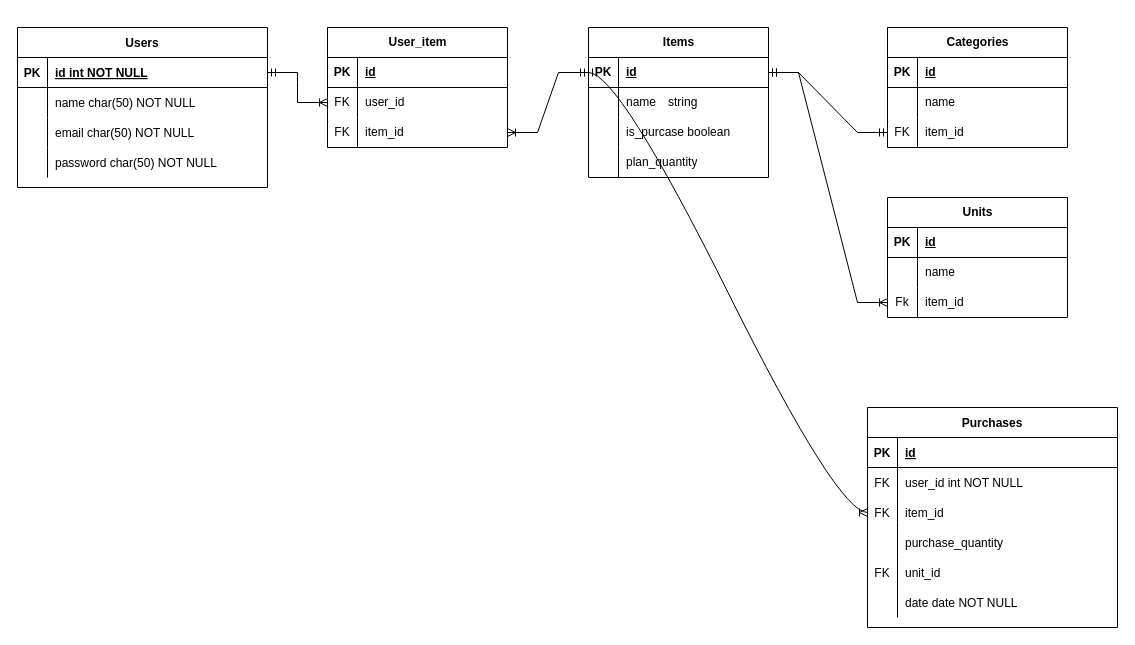
Earlier version of the draw.io diagram ER図.drawio (hideyukihu/kiraku). Source tidied: cells renumbered, new cells numbered last; positions are measured from the earlier drawing's top-left corner, leaving out a move shared by most shapes. Both pictures are drawn from the tidied source at 100%, with x=0, y=0 at pixel (17, 27).
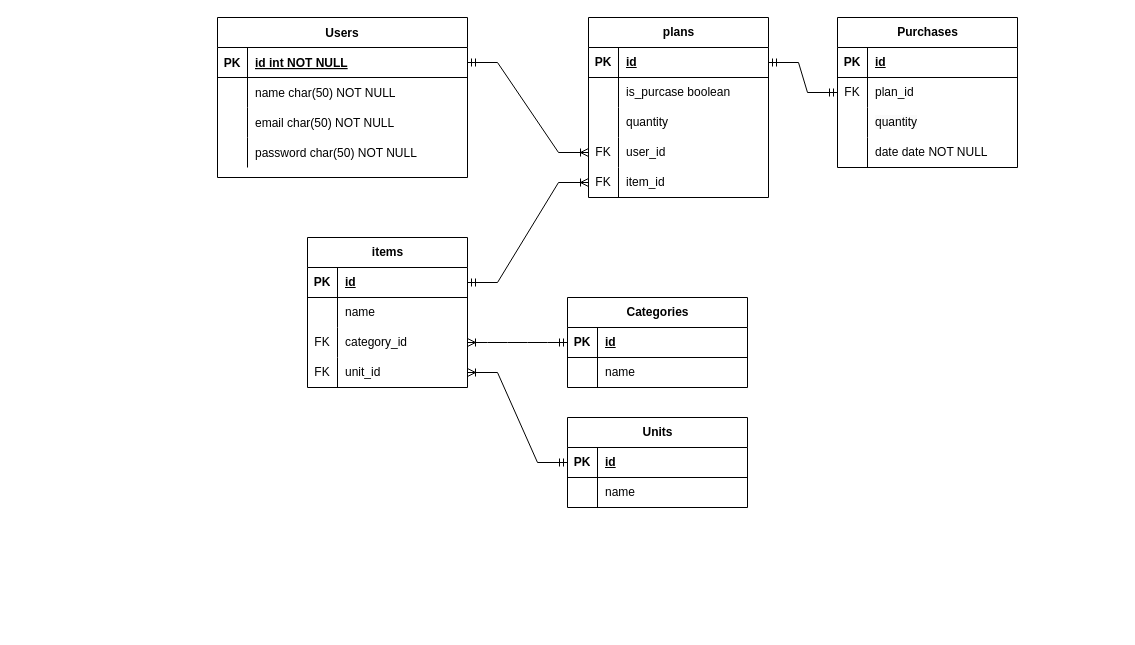
After the change.

The change refers to these unchanged cells:
```xml
<mxCell id="22" style="shape=partialRectangle;fillColor=none;points=[[0,0.5],[1,0.5]];portConstraint=eastwest;top=0;left=0;right=0;bottom=1;" parent="21" vertex="1">
  <mxGeometry y="30" width="250" height="30" as="geometry" />
</mxCell>
<mxCell id="35" style="shape=tableRow;horizontal=0;startSize=0;swimlaneHead=0;swimlaneBody=0;fillColor=none;points=[[0,0.5],[1,0.5]];portConstraint=eastwest;top=0;left=0;right=0;bottom=1;" parent="34" vertex="1">
  <mxGeometry y="30" width="180" height="30" as="geometry" />
</mxCell>
<mxCell id="48" style="shape=tableRow;horizontal=0;startSize=0;swimlaneHead=0;swimlaneBody=0;fillColor=none;points=[[0,0.5],[1,0.5]];portConstraint=eastwest;top=0;left=0;right=0;bottom=1;" parent="47" vertex="1">
  <mxGeometry y="30" width="180" height="30" as="geometry" />
</mxCell>
<mxCell id="58" style="shape=tableRow;horizontal=0;startSize=0;swimlaneHead=0;swimlaneBody=0;fillColor=none;points=[[0,0.5],[1,0.5]];portConstraint=eastwest;top=0;left=0;right=0;bottom=1;" parent="57" vertex="1">
  <mxGeometry y="30" width="180" height="30" as="geometry" />
</mxCell>
```

Diff of the diagram source:
```diff
@@
-    <mxCell id="2" value="Purchases" style="shape=table;startSize=30;childLayout=tableLayout;rowLines=0;fontStyle=1;align=center;" parent="1" vertex="1">
-      <mxGeometry x="850" y="380" width="250" height="220" as="geometry" />
-    </mxCell>
-    <mxCell id="3" style="shape=partialRectangle;fillColor=none;top=0;left=0;right=0;bottom=1;" parent="2" vertex="1">
-      <mxGeometry y="30" width="250" height="30" as="geometry" />
-    </mxCell>
-    <mxCell id="4" value="PK" style="shape=partialRectangle;overflow=hidden;fillColor=none;top=0;left=0;bottom=0;right=0;fontStyle=1;" parent="3" vertex="1">
-      <mxGeometry width="30" height="30" as="geometry" />
-    </mxCell>
-    <mxCell id="5" value="id" style="shape=partialRectangle;overflow=hidden;fillColor=none;top=0;left=0;bottom=0;right=0;align=left;spacingLeft=6;fontStyle=5;" parent="3" vertex="1">
-      <mxGeometry x="30" width="220" height="30" as="geometry" />
-    </mxCell>
-    <mxCell id="6" style="shape=partialRectangle;fillColor=none;top=0;left=0;right=0;bottom=0;" parent="2" vertex="1">
-      <mxGeometry y="60" width="250" height="30" as="geometry" />
-    </mxCell>
-    <mxCell id="7" value="FK" style="shape=partialRectangle;overflow=hidden;fillColor=none;top=0;left=0;bottom=0;right=0;" parent="6" vertex="1">
-      <mxGeometry width="30" height="30" as="geometry" />
-    </mxCell>
-    <mxCell id="8" value="user_id int NOT NULL" style="shape=partialRectangle;overflow=hidden;fillColor=none;top=0;left=0;bottom=0;right=0;align=left;spacingLeft=6;" parent="6" vertex="1">
-      <mxGeometry x="30" width="220" height="30" as="geometry" />
-    </mxCell>
-    <mxCell id="9" style="shape=partialRectangle;fillColor=none;points=[[0,0.5],[1,0.5]];portConstraint=eastwest;top=0;left=0;right=0;bottom=0;" parent="2" vertex="1">
-      <mxGeometry y="90" width="250" height="30" as="geometry" />
-    </mxCell>
-    <mxCell id="10" value="FK" style="shape=partialRectangle;overflow=hidden;fillColor=none;top=0;left=0;bottom=0;right=0;" parent="9" vertex="1">
-      <mxGeometry width="30" height="30" as="geometry" />
-    </mxCell>
-    <mxCell id="11" value="item_id" style="shape=partialRectangle;overflow=hidden;fillColor=none;top=0;left=0;bottom=0;right=0;align=left;spacingLeft=6;" parent="9" vertex="1">
-      <mxGeometry x="30" width="220" height="30" as="geometry" />
-    </mxCell>
-    <mxCell id="12" style="shape=partialRectangle;fillColor=none;top=0;left=0;right=0;bottom=0;" parent="2" vertex="1">
-      <mxGeometry y="120" width="250" height="30" as="geometry" />
-    </mxCell>
-    <mxCell id="13" style="shape=partialRectangle;overflow=hidden;fillColor=none;top=0;left=0;bottom=0;right=0;" parent="12" vertex="1">
-      <mxGeometry width="30" height="30" as="geometry" />
-    </mxCell>
-    <mxCell id="14" value="purchase_quantity" style="shape=partialRectangle;overflow=hidden;fillColor=none;top=0;left=0;bottom=0;right=0;align=left;spacingLeft=6;" parent="12" vertex="1">
-      <mxGeometry x="30" width="220" height="30" as="geometry" />
-    </mxCell>
-    <mxCell id="15" style="shape=partialRectangle;fillColor=none;top=0;left=0;right=0;bottom=0;" parent="2" vertex="1">
-      <mxGeometry y="150" width="250" height="30" as="geometry" />
-    </mxCell>
-    <mxCell id="16" value="FK" style="shape=partialRectangle;overflow=hidden;fillColor=none;top=0;left=0;bottom=0;right=0;" parent="15" vertex="1">
-      <mxGeometry width="30" height="30" as="geometry" />
-    </mxCell>
-    <mxCell id="17" value="unit_id" style="shape=partialRectangle;overflow=hidden;fillColor=none;top=0;left=0;bottom=0;right=0;align=left;spacingLeft=6;" parent="15" vertex="1">
-      <mxGeometry x="30" width="220" height="30" as="geometry" />
-    </mxCell>
-    <mxCell id="18" style="shape=partialRectangle;fillColor=none;top=0;left=0;right=0;bottom=0;" parent="2" vertex="1">
-      <mxGeometry y="180" width="250" height="30" as="geometry" />
-    </mxCell>
-    <mxCell id="19" style="shape=partialRectangle;overflow=hidden;fillColor=none;top=0;left=0;bottom=0;right=0;" parent="18" vertex="1">
-      <mxGeometry width="30" height="30" as="geometry" />
-    </mxCell>
-    <mxCell id="20" value="date date NOT NULL" style="shape=partialRectangle;overflow=hidden;fillColor=none;top=0;left=0;bottom=0;right=0;align=left;spacingLeft=6;" parent="18" vertex="1">
-      <mxGeometry x="30" width="220" height="30" as="geometry" />
-    </mxCell>
     <mxCell id="21" value="Users" style="shape=table;startSize=30;childLayout=tableLayout;rowLines=0;fontStyle=1;align=center;" parent="1" vertex="1">
-      <mxGeometry width="250" height="160" as="geometry" />
+      <mxGeometry x="200" y="-10" width="250" height="160" as="geometry" />
     </mxCell>
@@
-    <mxCell id="34" value="Items" style="shape=table;startSize=30;childLayout=tableLayout;rowLines=0;fontStyle=1;align=center;html=1;" parent="1" vertex="1">
-      <mxGeometry x="571" width="180" height="150" as="geometry" />
+    <mxCell id="34" value="plans" style="shape=table;startSize=30;childLayout=tableLayout;rowLines=0;fontStyle=1;align=center;html=1;" parent="1" vertex="1">
+      <mxGeometry x="571" y="-10" width="180" height="180" as="geometry" />
     </mxCell>
@@
-    <mxCell id="38" style="shape=tableRow;horizontal=0;startSize=0;swimlaneHead=0;swimlaneBody=0;fillColor=none;points=[[0,0.5],[1,0.5]];portConstraint=eastwest;top=0;left=0;right=0;bottom=0;" parent="34" vertex="1">
-      <mxGeometry y="60" width="180" height="30" as="geometry" />
-    </mxCell>
-    <mxCell id="39" style="shape=partialRectangle;fillColor=none;top=0;left=0;bottom=0;right=0;overflow=hidden;whiteSpace=wrap;html=1;" parent="38" vertex="1">
-      <mxGeometry width="30" height="30" as="geometry" />
-    </mxCell>
-    <mxCell id="40" value="name　string" style="shape=partialRectangle;fillColor=none;top=0;left=0;bottom=0;right=0;align=left;spacingLeft=6;overflow=hidden;whiteSpace=wrap;html=1;" parent="38" vertex="1">
-      <mxGeometry x="30" width="150" height="30" as="geometry" />
-    </mxCell>
     <mxCell id="41" style="shape=tableRow;horizontal=0;startSize=0;swimlaneHead=0;swimlaneBody=0;fillColor=none;top=0;left=0;right=0;bottom=0;" parent="34" vertex="1">
-      <mxGeometry y="90" width="180" height="30" as="geometry" />
+      <mxGeometry y="60" width="180" height="30" as="geometry" />
     </mxCell>
@@
     <mxCell id="44" style="shape=tableRow;horizontal=0;startSize=0;swimlaneHead=0;swimlaneBody=0;fillColor=none;top=0;left=0;right=0;bottom=0;" parent="34" vertex="1">
-      <mxGeometry y="120" width="180" height="30" as="geometry" />
+      <mxGeometry y="90" width="180" height="30" as="geometry" />
     </mxCell>
@@
-    <mxCell id="46" value="plan_quantity" style="shape=partialRectangle;fillColor=none;top=0;left=0;bottom=0;right=0;align=left;spacingLeft=6;overflow=hidden;whiteSpace=wrap;html=1;" parent="44" vertex="1">
+    <mxCell id="46" value="quantity" style="shape=partialRectangle;fillColor=none;top=0;left=0;bottom=0;right=0;align=left;spacingLeft=6;overflow=hidden;whiteSpace=wrap;html=1;" parent="44" vertex="1">
       <mxGeometry x="30" width="150" height="30" as="geometry" />
     </mxCell>
+    <mxCell id="82" style="shape=tableRow;horizontal=0;startSize=0;swimlaneHead=0;swimlaneBody=0;fillColor=none;points=[[0,0.5],[1,0.5]];portConstraint=eastwest;top=0;left=0;right=0;bottom=0;" parent="34" vertex="1">
+      <mxGeometry y="120" width="180" height="30" as="geometry" />
+    </mxCell>
+    <mxCell id="83" value="FK" style="shape=partialRectangle;fillColor=none;top=0;left=0;bottom=0;right=0;overflow=hidden;whiteSpace=wrap;html=1;" parent="82" vertex="1">
+      <mxGeometry width="30" height="30" as="geometry" />
+    </mxCell>
+    <mxCell id="75" value="user_id" style="shape=partialRectangle;fillColor=none;top=0;left=0;bottom=0;right=0;align=left;spacingLeft=6;overflow=hidden;whiteSpace=wrap;html=1;" parent="82" vertex="1">
+      <mxGeometry x="30" width="150" height="30" as="geometry" />
+    </mxCell>
+    <mxCell id="38" style="shape=tableRow;horizontal=0;startSize=0;swimlaneHead=0;swimlaneBody=0;fillColor=none;points=[[0,0.5],[1,0.5]];portConstraint=eastwest;top=0;left=0;right=0;bottom=0;" parent="34" vertex="1">
+      <mxGeometry y="150" width="180" height="30" as="geometry" />
+    </mxCell>
+    <mxCell id="39" value="FK" style="shape=partialRectangle;fillColor=none;top=0;left=0;bottom=0;right=0;overflow=hidden;whiteSpace=wrap;html=1;" parent="38" vertex="1">
+      <mxGeometry width="30" height="30" as="geometry" />
+    </mxCell>
+    <mxCell id="40" value="item_id" style="shape=partialRectangle;fillColor=none;top=0;left=0;bottom=0;right=0;align=left;spacingLeft=6;overflow=hidden;whiteSpace=wrap;html=1;" parent="38" vertex="1">
+      <mxGeometry x="30" width="150" height="30" as="geometry" />
+    </mxCell>
     <mxCell id="47" value="Units" style="shape=table;startSize=30;childLayout=tableLayout;rowLines=0;fontStyle=1;align=center;html=1;" parent="1" vertex="1">
-      <mxGeometry x="870" y="170" width="180" height="120" as="geometry" />
+      <mxGeometry x="550" y="390" width="180" height="90" as="geometry" />
     </mxCell>
@@
-    <mxCell id="54" style="shape=tableRow;horizontal=0;startSize=0;swimlaneHead=0;swimlaneBody=0;fillColor=none;points=[[0,0.5],[1,0.5]];portConstraint=eastwest;top=0;left=0;right=0;bottom=0;" parent="47" vertex="1">
-      <mxGeometry y="90" width="180" height="30" as="geometry" />
-    </mxCell>
-    <mxCell id="55" value="Fk" style="shape=partialRectangle;fillColor=none;top=0;left=0;bottom=0;right=0;overflow=hidden;whiteSpace=wrap;html=1;" parent="54" vertex="1">
-      <mxGeometry width="30" height="30" as="geometry" />
-    </mxCell>
-    <mxCell id="56" value="item_id" style="shape=partialRectangle;fillColor=none;top=0;left=0;bottom=0;right=0;align=left;spacingLeft=6;overflow=hidden;whiteSpace=wrap;html=1;" parent="54" vertex="1">
-      <mxGeometry x="30" width="150" height="30" as="geometry" />
-    </mxCell>
     <mxCell id="57" value="Categories" style="shape=table;startSize=30;childLayout=tableLayout;rowLines=0;fontStyle=1;align=center;html=1;" parent="1" vertex="1">
-      <mxGeometry x="870" width="180" height="120" as="geometry" />
+      <mxGeometry x="550" y="270" width="180" height="90" as="geometry" />
     </mxCell>
@@
-    <mxCell id="64" style="shape=tableRow;horizontal=0;startSize=0;swimlaneHead=0;swimlaneBody=0;fillColor=none;points=[[0,0.5],[1,0.5]];portConstraint=eastwest;top=0;left=0;right=0;bottom=0;" parent="57" vertex="1">
-      <mxGeometry y="90" width="180" height="30" as="geometry" />
-    </mxCell>
-    <mxCell id="65" value="FK" style="shape=partialRectangle;fillColor=none;top=0;left=0;bottom=0;right=0;overflow=hidden;whiteSpace=wrap;html=1;" parent="64" vertex="1">
-      <mxGeometry width="30" height="30" as="geometry" />
-    </mxCell>
-    <mxCell id="66" value="item_id" style="shape=partialRectangle;fillColor=none;top=0;left=0;bottom=0;right=0;align=left;spacingLeft=6;overflow=hidden;whiteSpace=wrap;html=1;" parent="64" vertex="1">
-      <mxGeometry x="30" width="150" height="30" as="geometry" />
-    </mxCell>
-    <mxCell id="67" style="edgeStyle=entityRelationEdgeStyle;fontSize=12;html=1;endArrow=ERmandOne;startArrow=ERmandOne;rounded=0;entryX=0;entryY=0.5;entryDx=0;entryDy=0;exitX=1;exitY=0.5;exitDx=0;exitDy=0;" parent="1" edge="1" source="35" target="64">
-      <mxGeometry relative="1" as="geometry" />
-    </mxCell>
-    <mxCell id="68" style="edgeStyle=entityRelationEdgeStyle;fontSize=12;html=1;endArrow=ERoneToMany;startArrow=ERmandOne;rounded=0;exitX=1;exitY=0.5;exitDx=0;exitDy=0;entryX=0;entryY=0.5;entryDx=0;entryDy=0;" parent="1" edge="1" source="35" target="54">
-      <mxGeometry relative="1" as="geometry" />
-    </mxCell>
-    <mxCell id="69" value="User_item" style="shape=table;startSize=30;childLayout=tableLayout;rowLines=0;fontStyle=1;align=center;html=1;" parent="1" vertex="1">
-      <mxGeometry x="310" width="180" height="120" as="geometry" />
+    <mxCell id="69" value="Purchases" style="shape=table;startSize=30;childLayout=tableLayout;rowLines=0;fontStyle=1;align=center;html=1;" parent="1" vertex="1">
+      <mxGeometry x="820" y="-10" width="180" height="150" as="geometry" />
     </mxCell>
@@
-    <mxCell id="73" style="shape=tableRow;horizontal=0;startSize=0;swimlaneHead=0;swimlaneBody=0;fillColor=none;points=[[0,0.5],[1,0.5]];portConstraint=eastwest;top=0;left=0;right=0;bottom=0;" parent="69" vertex="1">
-      <mxGeometry y="60" width="180" height="30" as="geometry" />
-    </mxCell>
-    <mxCell id="74" value="FK" style="shape=partialRectangle;fillColor=none;top=0;left=0;bottom=0;right=0;overflow=hidden;whiteSpace=wrap;html=1;" parent="73" vertex="1">
-      <mxGeometry width="30" height="30" as="geometry" />
-    </mxCell>
-    <mxCell id="75" value="user_id" style="shape=partialRectangle;fillColor=none;top=0;left=0;bottom=0;right=0;align=left;spacingLeft=6;overflow=hidden;whiteSpace=wrap;html=1;" parent="73" vertex="1">
-      <mxGeometry x="30" width="150" height="30" as="geometry" />
-    </mxCell>
     <mxCell id="76" style="shape=tableRow;horizontal=0;startSize=0;swimlaneHead=0;swimlaneBody=0;fillColor=none;points=[[0,0.5],[1,0.5]];portConstraint=eastwest;top=0;left=0;right=0;bottom=0;" parent="69" vertex="1">
-      <mxGeometry y="90" width="180" height="30" as="geometry" />
+      <mxGeometry y="60" width="180" height="30" as="geometry" />
     </mxCell>
@@
-    <mxCell id="78" value="item_id" style="shape=partialRectangle;fillColor=none;top=0;left=0;bottom=0;right=0;align=left;spacingLeft=6;overflow=hidden;whiteSpace=wrap;html=1;" parent="76" vertex="1">
+    <mxCell id="78" value="plan_id" style="shape=partialRectangle;fillColor=none;top=0;left=0;bottom=0;right=0;align=left;spacingLeft=6;overflow=hidden;whiteSpace=wrap;html=1;" parent="76" vertex="1">
       <mxGeometry x="30" width="150" height="30" as="geometry" />
     </mxCell>
+    <mxCell id="84" style="shape=tableRow;horizontal=0;startSize=0;swimlaneHead=0;swimlaneBody=0;fillColor=none;top=0;left=0;right=0;bottom=0;" parent="69" vertex="1">
+      <mxGeometry y="90" width="180" height="30" as="geometry" />
+    </mxCell>
+    <mxCell id="85" style="shape=partialRectangle;fillColor=none;top=0;left=0;bottom=0;right=0;overflow=hidden;whiteSpace=wrap;html=1;" parent="84" vertex="1">
+      <mxGeometry width="30" height="30" as="geometry" />
+    </mxCell>
+    <mxCell id="86" value="&lt;span style=&quot;color: rgb(0, 0, 0); font-family: Helvetica; font-size: 12px; font-style: normal; font-variant-ligatures: normal; font-variant-caps: normal; font-weight: 400; letter-spacing: normal; orphans: 2; text-align: left; text-indent: 0px; text-transform: none; widows: 2; word-spacing: 0px; -webkit-text-stroke-width: 0px; background-color: rgb(251, 251, 251); text-decoration-thickness: initial; text-decoration-style: initial; text-decoration-color: initial; float: none; display: inline !important;&quot;&gt;quantity&lt;/span&gt;" style="shape=partialRectangle;fillColor=none;top=0;left=0;bottom=0;right=0;align=left;spacingLeft=6;overflow=hidden;whiteSpace=wrap;html=1;" parent="84" vertex="1">
+      <mxGeometry x="30" width="150" height="30" as="geometry" />
+    </mxCell>
+    <mxCell id="87" style="shape=tableRow;horizontal=0;startSize=0;swimlaneHead=0;swimlaneBody=0;fillColor=none;top=0;left=0;right=0;bottom=0;" parent="69" vertex="1">
+      <mxGeometry y="120" width="180" height="30" as="geometry" />
+    </mxCell>
+    <mxCell id="88" style="shape=partialRectangle;fillColor=none;top=0;left=0;bottom=0;right=0;overflow=hidden;whiteSpace=wrap;html=1;" parent="87" vertex="1">
+      <mxGeometry width="30" height="30" as="geometry" />
+    </mxCell>
+    <mxCell id="20" value="date date NOT NULL" style="shape=partialRectangle;fillColor=none;top=0;left=0;bottom=0;right=0;align=left;spacingLeft=6;overflow=hidden;whiteSpace=wrap;html=1;" parent="87" vertex="1">
+      <mxGeometry x="30" width="150" height="30" as="geometry" />
+    </mxCell>
-    <mxCell id="79" style="edgeStyle=entityRelationEdgeStyle;fontSize=12;html=1;endArrow=ERoneToMany;startArrow=ERmandOne;rounded=0;exitX=1;exitY=0.5;exitDx=0;exitDy=0;entryX=0;entryY=0.5;entryDx=0;entryDy=0;" parent="1" edge="1" source="22" target="73">
+    <mxCell id="79" style="edgeStyle=entityRelationEdgeStyle;fontSize=12;html=1;endArrow=ERoneToMany;startArrow=ERmandOne;rounded=0;exitX=1;exitY=0.5;exitDx=0;exitDy=0;entryX=0;entryY=0.5;entryDx=0;entryDy=0;" parent="1" edge="1" source="22" target="82">
       <mxGeometry relative="1" as="geometry" />
     </mxCell>
-    <mxCell id="80" style="edgeStyle=entityRelationEdgeStyle;fontSize=12;html=1;endArrow=ERoneToMany;startArrow=ERmandOne;rounded=0;exitX=0;exitY=0.5;exitDx=0;exitDy=0;entryX=1;entryY=0.5;entryDx=0;entryDy=0;" parent="1" edge="1" source="35" target="76">
-      <mxGeometry relative="1" as="geometry" />
-    </mxCell>
-    <mxCell id="81" style="edgeStyle=entityRelationEdgeStyle;fontSize=12;html=1;endArrow=ERoneToMany;startArrow=ERmandOne;entryX=0;entryY=0.5;entryDx=0;entryDy=0;curved=1;exitX=0;exitY=0.5;exitDx=0;exitDy=0;" parent="1" edge="1" source="35" target="9">
-      <mxGeometry relative="1" as="geometry" />
-    </mxCell>
+    <mxCell id="89" style="edgeStyle=entityRelationEdgeStyle;fontSize=12;html=1;endArrow=ERoneToMany;startArrow=ERmandOne;rounded=1;exitX=0;exitY=0.5;exitDx=0;exitDy=0;entryX=1;entryY=0.5;entryDx=0;entryDy=0;" parent="1" edge="1" source="58" target="96">
+      <mxGeometry relative="1" as="geometry" />
+    </mxCell>
+    <mxCell id="90" style="edgeStyle=entityRelationEdgeStyle;fontSize=12;html=1;endArrow=ERoneToMany;startArrow=ERmandOne;rounded=0;exitX=0;exitY=0.5;exitDx=0;exitDy=0;entryX=1;entryY=0.5;entryDx=0;entryDy=0;" parent="1" edge="1" source="48" target="99">
+      <mxGeometry relative="1" as="geometry" />
+    </mxCell>
+    <mxCell id="91" value="items" style="shape=table;startSize=30;childLayout=tableLayout;rowLines=0;fontStyle=1;align=center;html=1;" parent="1" vertex="1">
+      <mxGeometry x="290" y="210" width="160" height="150" as="geometry" />
+    </mxCell>
+    <mxCell id="92" style="shape=tableRow;horizontal=0;startSize=0;swimlaneHead=0;swimlaneBody=0;fillColor=none;points=[[0,0.5],[1,0.5]];portConstraint=eastwest;top=0;left=0;right=0;bottom=1;" parent="91" vertex="1">
+      <mxGeometry y="30" width="160" height="30" as="geometry" />
+    </mxCell>
+    <mxCell id="4" value="PK" style="shape=partialRectangle;fillColor=none;top=0;left=0;bottom=0;right=0;fontStyle=1;overflow=hidden;whiteSpace=wrap;html=1;" parent="92" vertex="1">
+      <mxGeometry width="30" height="30" as="geometry" />
+    </mxCell>
+    <mxCell id="5" value="id" style="shape=partialRectangle;fillColor=none;top=0;left=0;bottom=0;right=0;align=left;spacingLeft=6;fontStyle=5;overflow=hidden;whiteSpace=wrap;html=1;" parent="92" vertex="1">
+      <mxGeometry x="30" width="130" height="30" as="geometry" />
+    </mxCell>
+    <mxCell id="93" style="shape=tableRow;horizontal=0;startSize=0;swimlaneHead=0;swimlaneBody=0;fillColor=none;top=0;left=0;right=0;bottom=0;" parent="91" vertex="1">
+      <mxGeometry y="60" width="160" height="30" as="geometry" />
+    </mxCell>
+    <mxCell id="94" style="shape=partialRectangle;fillColor=none;top=0;left=0;bottom=0;right=0;overflow=hidden;whiteSpace=wrap;html=1;" parent="93" vertex="1">
+      <mxGeometry width="30" height="30" as="geometry" />
+    </mxCell>
+    <mxCell id="95" value="name" style="shape=partialRectangle;fillColor=none;top=0;left=0;bottom=0;right=0;align=left;spacingLeft=6;overflow=hidden;whiteSpace=wrap;html=1;" parent="93" vertex="1">
+      <mxGeometry x="30" width="130" height="30" as="geometry" />
+    </mxCell>
+    <mxCell id="96" style="shape=tableRow;horizontal=0;startSize=0;swimlaneHead=0;swimlaneBody=0;fillColor=none;points=[[0,0.5],[1,0.5]];portConstraint=eastwest;top=0;left=0;right=0;bottom=0;" parent="91" vertex="1">
+      <mxGeometry y="90" width="160" height="30" as="geometry" />
+    </mxCell>
+    <mxCell id="97" value="FK" style="shape=partialRectangle;fillColor=none;top=0;left=0;bottom=0;right=0;overflow=hidden;whiteSpace=wrap;html=1;" parent="96" vertex="1">
+      <mxGeometry width="30" height="30" as="geometry" />
+    </mxCell>
+    <mxCell id="98" value="category_id" style="shape=partialRectangle;fillColor=none;top=0;left=0;bottom=0;right=0;align=left;spacingLeft=6;overflow=hidden;whiteSpace=wrap;html=1;" parent="96" vertex="1">
+      <mxGeometry x="30" width="130" height="30" as="geometry" />
+    </mxCell>
+    <mxCell id="99" style="shape=tableRow;horizontal=0;startSize=0;swimlaneHead=0;swimlaneBody=0;fillColor=none;points=[[0,0.5],[1,0.5]];portConstraint=eastwest;top=0;left=0;right=0;bottom=0;" parent="91" vertex="1">
+      <mxGeometry y="120" width="160" height="30" as="geometry" />
+    </mxCell>
+    <mxCell id="100" value="FK" style="shape=partialRectangle;fillColor=none;top=0;left=0;bottom=0;right=0;overflow=hidden;whiteSpace=wrap;html=1;" parent="99" vertex="1">
+      <mxGeometry width="30" height="30" as="geometry" />
+    </mxCell>
+    <mxCell id="17" value="unit_id" style="shape=partialRectangle;fillColor=none;top=0;left=0;bottom=0;right=0;align=left;spacingLeft=6;overflow=hidden;whiteSpace=wrap;html=1;" parent="99" vertex="1">
+      <mxGeometry x="30" width="130" height="30" as="geometry" />
+    </mxCell>
+    <mxCell id="101" style="edgeStyle=entityRelationEdgeStyle;fontSize=12;html=1;endArrow=ERoneToMany;startArrow=ERmandOne;rounded=0;exitX=1;exitY=0.5;exitDx=0;exitDy=0;entryX=0;entryY=0.5;entryDx=0;entryDy=0;" parent="1" edge="1" source="92" target="38">
+      <mxGeometry relative="1" as="geometry" />
+    </mxCell>
+    <mxCell id="102" style="edgeStyle=entityRelationEdgeStyle;fontSize=12;html=1;endArrow=ERmandOne;startArrow=ERmandOne;rounded=0;entryX=1;entryY=0.5;entryDx=0;entryDy=0;exitX=0;exitY=0.5;exitDx=0;exitDy=0;" parent="1" edge="1" source="76" target="35">
+      <mxGeometry relative="1" as="geometry" />
+    </mxCell>
```
